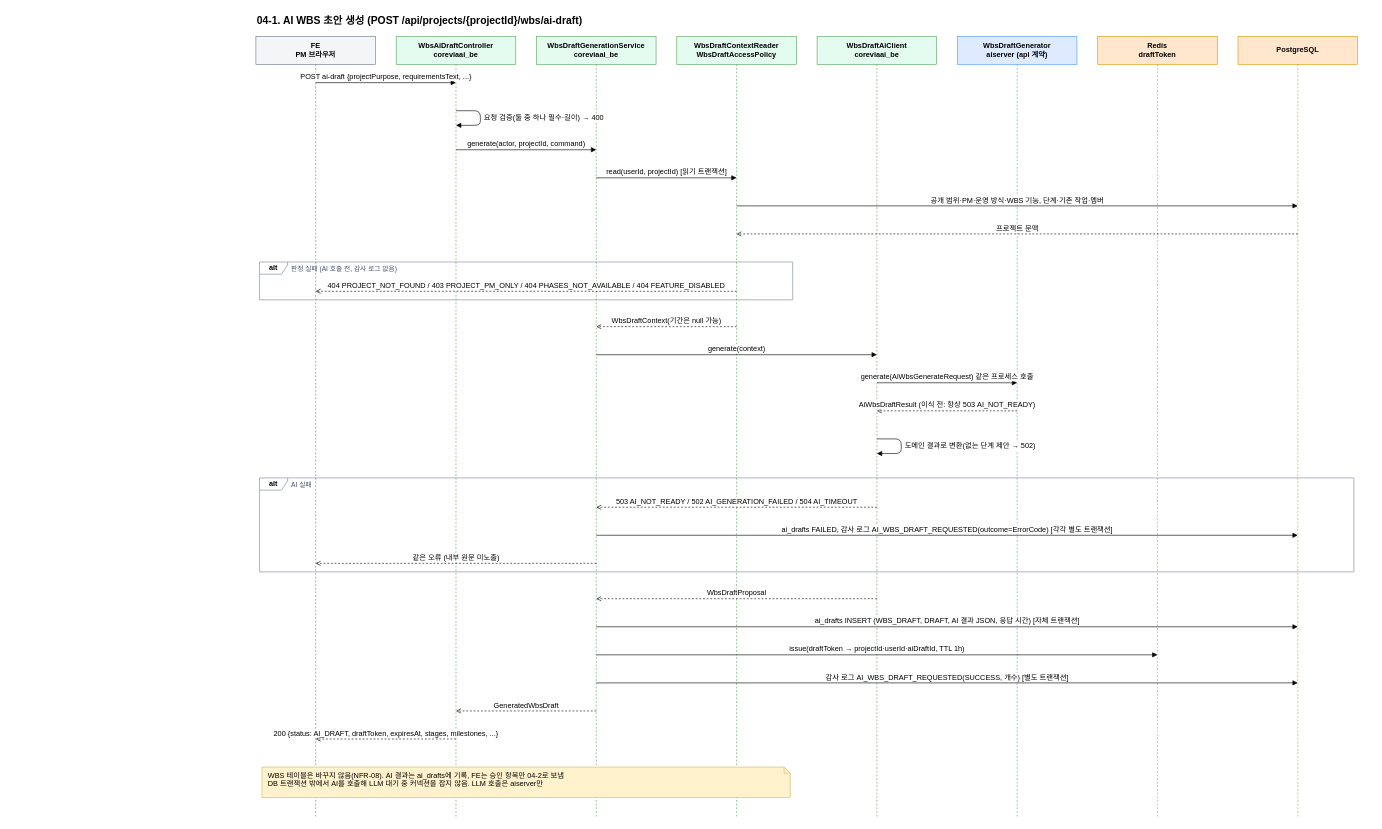
WonikQnCKDT/CoreviaAI_BE keeps this draw.io diagram as docs/sequence/04-1-wbs-ai-draft-generate.drawio. Above is the earlier version. Source tidied: cells renumbered, new cells numbered last; positions are measured from the earlier drawing's top-left corner, leaving out a move shared by most shapes. Both pictures are drawn from the tidied source at 61%, with x=0, y=0 at pixel (256, 10).
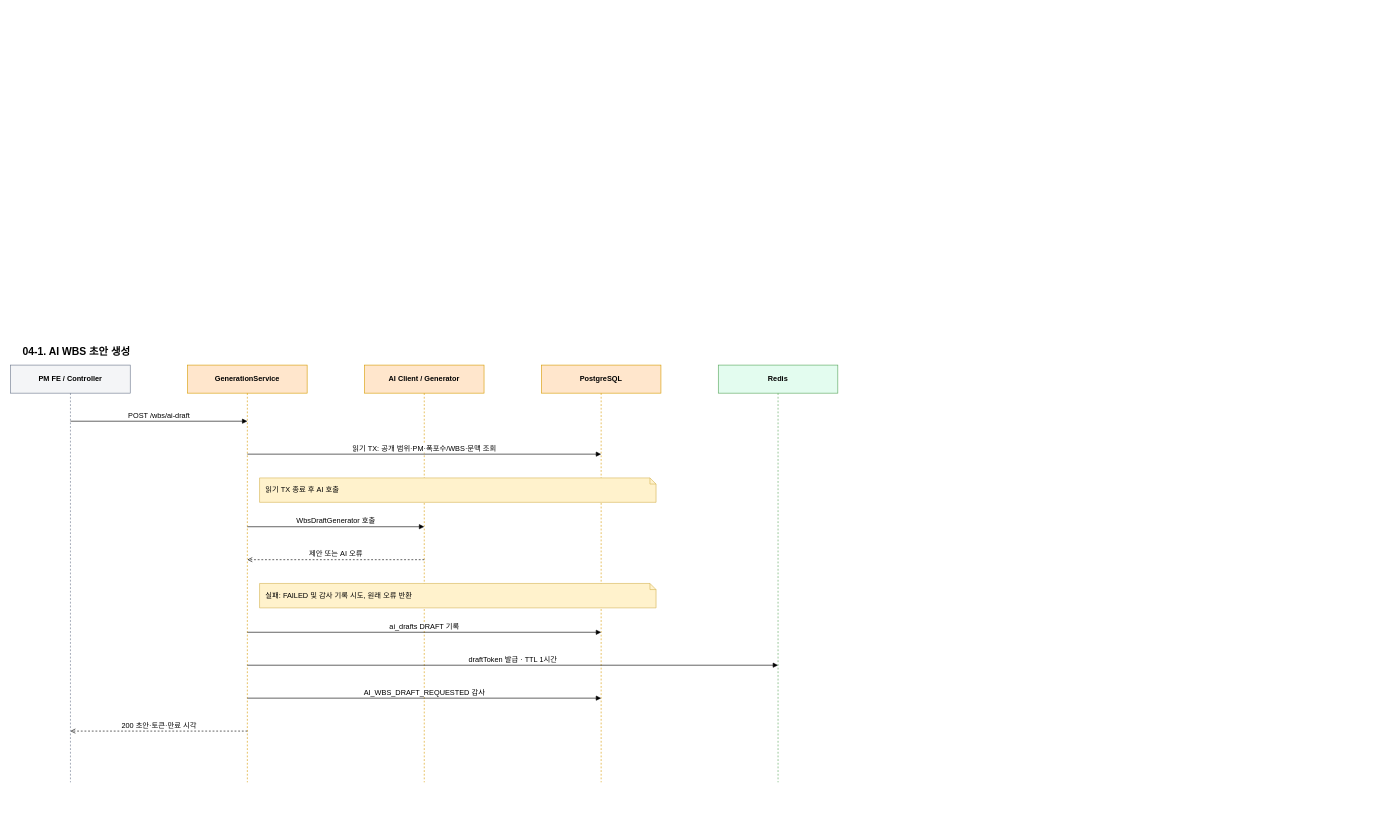
Above is the later version.

The edit, as a diff of the source:
```diff
@@
-    <mxCell id="2" value="04-1. AI WBS 초안 생성 (POST /api/projects/{projectId}/wbs/ai-draft)" style="text;html=1;fontSize=17;fontStyle=1;align=left;" parent="1" vertex="1">
-      <mxGeometry width="1828" height="30" as="geometry" />
-    </mxCell>
+    <mxCell id="21" value="PM FE / Controller" style="shape=umlLifeline;perimeter=lifelinePerimeter;whiteSpace=wrap;html=1;size=46;fillColor=#F4F5F7;strokeColor=#6B778C;fontStyle=1;" parent="1" vertex="1">
+      <mxGeometry x="-402" y="581" width="196" height="684" as="geometry" />
+    </mxCell>
+    <mxCell id="22" value="GenerationService" style="shape=umlLifeline;perimeter=lifelinePerimeter;whiteSpace=wrap;html=1;size=46;fillColor=#FFE6CC;strokeColor=#D79B00;fontStyle=1;" parent="1" vertex="1">
+      <mxGeometry x="-112" y="581" width="196" height="684" as="geometry" />
+    </mxCell>
+    <mxCell id="23" value="AI Client / Generator" style="shape=umlLifeline;perimeter=lifelinePerimeter;whiteSpace=wrap;html=1;size=46;fillColor=#FFE6CC;strokeColor=#D79B00;fontStyle=1;" parent="1" vertex="1">
+      <mxGeometry x="178" y="581" width="196" height="684" as="geometry" />
+    </mxCell>
+    <mxCell id="24" value="PostgreSQL" style="shape=umlLifeline;perimeter=lifelinePerimeter;whiteSpace=wrap;html=1;size=46;fillColor=#FFE6CC;strokeColor=#D79B00;fontStyle=1;" parent="1" vertex="1">
+      <mxGeometry x="468" y="581" width="196" height="684" as="geometry" />
+    </mxCell>
+    <mxCell id="25" value="Redis" style="shape=umlLifeline;perimeter=lifelinePerimeter;whiteSpace=wrap;html=1;size=46;fillColor=#E3FCEF;strokeColor=#57A55A;fontStyle=1;" parent="1" vertex="1">
+      <mxGeometry x="758" y="581" width="196" height="684" as="geometry" />
+    </mxCell>
-    <mxCell id="3" value="alt" style="shape=umlFrame;whiteSpace=wrap;html=1;width=46;height=20;fillColor=none;strokeColor=#7A869A;fontStyle=1;" parent="1" vertex="1">
-      <mxGeometry x="6" y="412" width="874" height="62" as="geometry" />
+    <mxCell id="3" value="POST /wbs/ai-draft" style="endArrow=block;endFill=1;html=1;verticalAlign=bottom;fontSize=12;" parent="1" edge="1">
+      <mxGeometry relative="1" as="geometry">
+        <mxPoint x="-304" y="673" as="sourcePoint" />
+        <mxPoint x="-14" y="673" as="targetPoint" />
+      </mxGeometry>
     </mxCell>
-    <mxCell id="4" value="판정 실패 (AI 호출 전, 감사 로그 없음)" style="text;html=1;align=left;verticalAlign=middle;fontColor=#42526E;fontSize=11;" parent="1" vertex="1">
-      <mxGeometry x="56" y="413" width="820" height="20" as="geometry" />
+    <mxCell id="4" value="읽기 TX: 공개 범위·PM·폭포수/WBS·문맥 조회" style="endArrow=block;endFill=1;html=1;verticalAlign=bottom;fontSize=12;" parent="1" edge="1">
+      <mxGeometry relative="1" as="geometry">
+        <mxPoint x="-14" y="727" as="sourcePoint" />
+        <mxPoint x="566" y="727" as="targetPoint" />
+      </mxGeometry>
     </mxCell>
-    <mxCell id="5" value="alt" style="shape=umlFrame;whiteSpace=wrap;html=1;width=46;height=20;fillColor=none;strokeColor=#7A869A;fontStyle=1;" parent="1" vertex="1">
-      <mxGeometry x="6" y="766" width="1794" height="154" as="geometry" />
+    <mxCell id="5" value="읽기 TX 종료 후 AI 호출" style="shape=note;size=10;whiteSpace=wrap;html=1;fillColor=#FFF2CC;strokeColor=#D6B656;align=left;spacingLeft=8;verticalAlign=middle;fontSize=12;" parent="1" vertex="1">
+      <mxGeometry x="6" y="766" width="650" height="40" as="geometry" />
     </mxCell>
-    <mxCell id="6" value="AI 실패" style="text;html=1;align=left;verticalAlign=middle;fontColor=#42526E;fontSize=11;" parent="1" vertex="1">
-      <mxGeometry x="56" y="767" width="1740" height="20" as="geometry" />
+    <mxCell id="6" value="WbsDraftGenerator 호출" style="endArrow=block;endFill=1;html=1;verticalAlign=bottom;fontSize=12;" parent="1" edge="1">
+      <mxGeometry relative="1" as="geometry">
+        <mxPoint x="-14" y="846" as="sourcePoint" />
+        <mxPoint x="276" y="846" as="targetPoint" />
+      </mxGeometry>
     </mxCell>
-    <mxCell id="7" value="FE&lt;br&gt;PM 브라우저" style="shape=umlLifeline;perimeter=lifelinePerimeter;whiteSpace=wrap;html=1;size=46;fillColor=#F4F5F7;strokeColor=#6B778C;fontStyle=1;" parent="1" vertex="1">
-      <mxGeometry y="42" width="196" height="1282" as="geometry" />
-    </mxCell>
-    <mxCell id="8" value="WbsAiDraftController&lt;br&gt;coreviaai_be" style="shape=umlLifeline;perimeter=lifelinePerimeter;whiteSpace=wrap;html=1;size=46;fillColor=#E3FCEF;strokeColor=#57A55A;fontStyle=1;" parent="1" vertex="1">
-      <mxGeometry x="230" y="42" width="196" height="1282" as="geometry" />
-    </mxCell>
-    <mxCell id="9" value="WbsDraftGenerationService&lt;br&gt;coreviaai_be" style="shape=umlLifeline;perimeter=lifelinePerimeter;whiteSpace=wrap;html=1;size=46;fillColor=#E3FCEF;strokeColor=#57A55A;fontStyle=1;" parent="1" vertex="1">
-      <mxGeometry x="460" y="42" width="196" height="1282" as="geometry" />
-    </mxCell>
-    <mxCell id="10" value="WbsDraftContextReader&lt;br&gt;WbsDraftAccessPolicy" style="shape=umlLifeline;perimeter=lifelinePerimeter;whiteSpace=wrap;html=1;size=46;fillColor=#E3FCEF;strokeColor=#57A55A;fontStyle=1;" parent="1" vertex="1">
-      <mxGeometry x="690" y="42" width="196" height="1282" as="geometry" />
-    </mxCell>
-    <mxCell id="11" value="WbsDraftAiClient&lt;br&gt;coreviaai_be" style="shape=umlLifeline;perimeter=lifelinePerimeter;whiteSpace=wrap;html=1;size=46;fillColor=#E3FCEF;strokeColor=#57A55A;fontStyle=1;" parent="1" vertex="1">
-      <mxGeometry x="920" y="42" width="196" height="1282" as="geometry" />
-    </mxCell>
-    <mxCell id="12" value="WbsDraftGenerator&lt;br&gt;aiserver (api 계약)" style="shape=umlLifeline;perimeter=lifelinePerimeter;whiteSpace=wrap;html=1;size=46;fillColor=#DEEBFF;strokeColor=#4C9AFF;fontStyle=1;" parent="1" vertex="1">
-      <mxGeometry x="1150" y="42" width="196" height="1282" as="geometry" />
-    </mxCell>
-    <mxCell id="13" value="Redis&lt;br&gt;draftToken" style="shape=umlLifeline;perimeter=lifelinePerimeter;whiteSpace=wrap;html=1;size=46;fillColor=#FFE6CC;strokeColor=#D79B00;fontStyle=1;" parent="1" vertex="1">
-      <mxGeometry x="1380" y="42" width="196" height="1282" as="geometry" />
-    </mxCell>
-    <mxCell id="14" value="PostgreSQL" style="shape=umlLifeline;perimeter=lifelinePerimeter;whiteSpace=wrap;html=1;size=46;fillColor=#FFE6CC;strokeColor=#D79B00;fontStyle=1;" parent="1" vertex="1">
-      <mxGeometry x="1610" y="42" width="196" height="1282" as="geometry" />
-    </mxCell>
-    <mxCell id="15" value="POST ai-draft {projectPurpose, requirementsText, ...}" style="endArrow=block;endFill=1;html=1;verticalAlign=bottom;fontSize=12;" parent="1" edge="1">
+    <mxCell id="15" value="제안 또는 AI 오류" style="dashed=1;endArrow=open;endFill=0;html=1;verticalAlign=bottom;fontSize=12;" parent="1" edge="1">
       <mxGeometry relative="1" as="geometry">
-        <mxPoint x="98" y="118" as="sourcePoint" />
-        <mxPoint x="328" y="118" as="targetPoint" />
+        <mxPoint x="276" y="900" as="sourcePoint" />
+        <mxPoint x="-14" y="900" as="targetPoint" />
       </mxGeometry>
     </mxCell>
-    <mxCell id="16" value="요청 검증(둘 중 하나 필수·길이) → 400" style="endArrow=block;endFill=1;html=1;align=left;spacingLeft=4;fontSize=12;edgeStyle=none;" parent="1" edge="1">
-      <mxGeometry relative="1" as="geometry">
-        <mxPoint x="328" y="164" as="sourcePoint" />
-        <mxPoint x="328" y="188" as="targetPoint" />
-        <Array as="points">
-          <mxPoint x="368" y="164" />
-          <mxPoint x="368" y="188" />
-        </Array>
-      </mxGeometry>
+    <mxCell id="16" value="실패: FAILED 및 감사 기록 시도, 원래 오류 반환" style="shape=note;size=10;whiteSpace=wrap;html=1;fillColor=#FFF2CC;strokeColor=#D6B656;align=left;spacingLeft=8;verticalAlign=middle;fontSize=12;" parent="1" vertex="1">
+      <mxGeometry x="6" y="939" width="650" height="40" as="geometry" />
     </mxCell>
-    <mxCell id="17" value="generate(actor, projectId, command)" style="endArrow=block;endFill=1;html=1;verticalAlign=bottom;fontSize=12;" parent="1" edge="1">
+    <mxCell id="17" value="ai_drafts DRAFT 기록" style="endArrow=block;endFill=1;html=1;verticalAlign=bottom;fontSize=12;" parent="1" edge="1">
       <mxGeometry relative="1" as="geometry">
-        <mxPoint x="328" y="228" as="sourcePoint" />
-        <mxPoint x="558" y="228" as="targetPoint" />
+        <mxPoint x="-14" y="1019" as="sourcePoint" />
+        <mxPoint x="566" y="1019" as="targetPoint" />
       </mxGeometry>
     </mxCell>
-    <mxCell id="18" value="read(userId, projectId) [읽기 트랜잭션]" style="endArrow=block;endFill=1;html=1;verticalAlign=bottom;fontSize=12;" parent="1" edge="1">
+    <mxCell id="18" value="draftToken 발급 · TTL 1시간" style="endArrow=block;endFill=1;html=1;verticalAlign=bottom;fontSize=12;" parent="1" edge="1">
       <mxGeometry relative="1" as="geometry">
-        <mxPoint x="558" y="274" as="sourcePoint" />
-        <mxPoint x="788" y="274" as="targetPoint" />
+        <mxPoint x="-14" y="1073" as="sourcePoint" />
+        <mxPoint x="856" y="1073" as="targetPoint" />
       </mxGeometry>
     </mxCell>
-    <mxCell id="19" value="공개 범위·PM·운영 방식·WBS 기능, 단계·기존 작업·멤버" style="endArrow=block;endFill=1;html=1;verticalAlign=bottom;fontSize=12;" parent="1" edge="1">
+    <mxCell id="19" value="AI_WBS_DRAFT_REQUESTED 감사" style="endArrow=block;endFill=1;html=1;verticalAlign=bottom;fontSize=12;" parent="1" edge="1">
       <mxGeometry relative="1" as="geometry">
-        <mxPoint x="788" y="320" as="sourcePoint" />
-        <mxPoint x="1708" y="320" as="targetPoint" />
+        <mxPoint x="-14" y="1127" as="sourcePoint" />
+        <mxPoint x="566" y="1127" as="targetPoint" />
       </mxGeometry>
     </mxCell>
-    <mxCell id="20" value="프로젝트 문맥" style="dashed=1;endArrow=open;endFill=0;html=1;verticalAlign=bottom;fontSize=12;" parent="1" edge="1">
+    <mxCell id="20" value="200 초안·토큰·만료 시각" style="dashed=1;endArrow=open;endFill=0;html=1;verticalAlign=bottom;fontSize=12;" parent="1" edge="1">
       <mxGeometry relative="1" as="geometry">
-        <mxPoint x="1708" y="366" as="sourcePoint" />
-        <mxPoint x="788" y="366" as="targetPoint" />
+        <mxPoint x="-14" y="1181" as="sourcePoint" />
+        <mxPoint x="-304" y="1181" as="targetPoint" />
       </mxGeometry>
     </mxCell>
-    <mxCell id="21" value="404 PROJECT_NOT_FOUND / 403 PROJECT_PM_ONLY / 404 PHASES_NOT_AVAILABLE / 404 FEATURE_DISABLED" style="dashed=1;endArrow=open;endFill=0;html=1;verticalAlign=bottom;fontSize=12;" parent="1" edge="1">
-      <mxGeometry relative="1" as="geometry">
-        <mxPoint x="788" y="460" as="sourcePoint" />
-        <mxPoint x="98" y="460" as="targetPoint" />
-      </mxGeometry>
-    </mxCell>
-    <mxCell id="22" value="WbsDraftContext(기간은 null 가능)" style="dashed=1;endArrow=open;endFill=0;html=1;verticalAlign=bottom;fontSize=12;" parent="1" edge="1">
-      <mxGeometry relative="1" as="geometry">
-        <mxPoint x="788" y="518" as="sourcePoint" />
-        <mxPoint x="558" y="518" as="targetPoint" />
-      </mxGeometry>
-    </mxCell>
-    <mxCell id="23" value="generate(context)" style="endArrow=block;endFill=1;html=1;verticalAlign=bottom;fontSize=12;" parent="1" edge="1">
-      <mxGeometry relative="1" as="geometry">
-        <mxPoint x="558" y="564" as="sourcePoint" />
-        <mxPoint x="1018" y="564" as="targetPoint" />
-      </mxGeometry>
-    </mxCell>
-    <mxCell id="24" value="generate(AiWbsGenerateRequest) 같은 프로세스 호출" style="endArrow=block;endFill=1;html=1;verticalAlign=bottom;fontSize=12;" parent="1" edge="1">
-      <mxGeometry relative="1" as="geometry">
-        <mxPoint x="1018" y="610" as="sourcePoint" />
-        <mxPoint x="1248" y="610" as="targetPoint" />
-      </mxGeometry>
-    </mxCell>
-    <mxCell id="25" value="AiWbsDraftResult (이식 전: 항상 503 AI_NOT_READY)" style="dashed=1;endArrow=open;endFill=0;html=1;verticalAlign=bottom;fontSize=12;" parent="1" edge="1">
-      <mxGeometry relative="1" as="geometry">
-        <mxPoint x="1248" y="656" as="sourcePoint" />
-        <mxPoint x="1018" y="656" as="targetPoint" />
-      </mxGeometry>
-    </mxCell>
-    <mxCell id="26" value="도메인 결과로 변환(없는 단계 제안 → 502)" style="endArrow=block;endFill=1;html=1;align=left;spacingLeft=4;fontSize=12;edgeStyle=none;" parent="1" edge="1">
-      <mxGeometry relative="1" as="geometry">
-        <mxPoint x="1018" y="702" as="sourcePoint" />
-        <mxPoint x="1018" y="726" as="targetPoint" />
-        <Array as="points">
-          <mxPoint x="1058" y="702" />
-          <mxPoint x="1058" y="726" />
-        </Array>
-      </mxGeometry>
+    <mxCell id="26" value="04-1. AI WBS 초안 생성" style="text;html=1;fontSize=17;fontStyle=1;align=left;" parent="1" vertex="1">
+      <mxGeometry x="-384" y="543" width="1100" height="26" as="geometry" />
     </mxCell>
-    <mxCell id="27" value="503 AI_NOT_READY / 502 AI_GENERATION_FAILED / 504 AI_TIMEOUT" style="dashed=1;endArrow=open;endFill=0;html=1;verticalAlign=bottom;fontSize=12;" parent="1" edge="1">
-      <mxGeometry relative="1" as="geometry">
-        <mxPoint x="1018" y="814" as="sourcePoint" />
-        <mxPoint x="558" y="814" as="targetPoint" />
-      </mxGeometry>
-    </mxCell>
-    <mxCell id="28" value="ai_drafts FAILED, 감사 로그 AI_WBS_DRAFT_REQUESTED(outcome=ErrorCode) [각각 별도 트랜잭션]" style="endArrow=block;endFill=1;html=1;verticalAlign=bottom;fontSize=12;" parent="1" edge="1">
-      <mxGeometry relative="1" as="geometry">
-        <mxPoint x="558" y="860" as="sourcePoint" />
-        <mxPoint x="1708" y="860" as="targetPoint" />
-      </mxGeometry>
-    </mxCell>
-    <mxCell id="29" value="같은 오류 (내부 원문 미노출)" style="dashed=1;endArrow=open;endFill=0;html=1;verticalAlign=bottom;fontSize=12;" parent="1" edge="1">
-      <mxGeometry relative="1" as="geometry">
-        <mxPoint x="558" y="906" as="sourcePoint" />
-        <mxPoint x="98" y="906" as="targetPoint" />
-      </mxGeometry>
-    </mxCell>
-    <mxCell id="30" value="WbsDraftProposal" style="dashed=1;endArrow=open;endFill=0;html=1;verticalAlign=bottom;fontSize=12;" parent="1" edge="1">
-      <mxGeometry relative="1" as="geometry">
-        <mxPoint x="1018" y="964" as="sourcePoint" />
-        <mxPoint x="558" y="964" as="targetPoint" />
-      </mxGeometry>
-    </mxCell>
-    <mxCell id="31" value="ai_drafts INSERT (WBS_DRAFT, DRAFT, AI 결과 JSON, 응답 시간) [자체 트랜잭션]" style="endArrow=block;endFill=1;html=1;verticalAlign=bottom;fontSize=12;" parent="1" edge="1">
-      <mxGeometry relative="1" as="geometry">
-        <mxPoint x="558" y="1010" as="sourcePoint" />
-        <mxPoint x="1708" y="1010" as="targetPoint" />
-      </mxGeometry>
-    </mxCell>
-    <mxCell id="32" value="issue(draftToken → projectId·userId·aiDraftId, TTL 1h)" style="endArrow=block;endFill=1;html=1;verticalAlign=bottom;fontSize=12;" parent="1" edge="1">
-      <mxGeometry relative="1" as="geometry">
-        <mxPoint x="558" y="1056" as="sourcePoint" />
-        <mxPoint x="1478" y="1056" as="targetPoint" />
-      </mxGeometry>
-    </mxCell>
-    <mxCell id="33" value="감사 로그 AI_WBS_DRAFT_REQUESTED(SUCCESS, 개수) [별도 트랜잭션]" style="endArrow=block;endFill=1;html=1;verticalAlign=bottom;fontSize=12;" parent="1" edge="1">
-      <mxGeometry relative="1" as="geometry">
-        <mxPoint x="558" y="1102" as="sourcePoint" />
-        <mxPoint x="1708" y="1102" as="targetPoint" />
-      </mxGeometry>
-    </mxCell>
-    <mxCell id="34" value="GeneratedWbsDraft" style="dashed=1;endArrow=open;endFill=0;html=1;verticalAlign=bottom;fontSize=12;" parent="1" edge="1">
-      <mxGeometry relative="1" as="geometry">
-        <mxPoint x="558" y="1148" as="sourcePoint" />
-        <mxPoint x="328" y="1148" as="targetPoint" />
-      </mxGeometry>
-    </mxCell>
-    <mxCell id="35" value="200 {status: AI_DRAFT, draftToken, expiresAt, stages, milestones, ...}" style="dashed=1;endArrow=open;endFill=0;html=1;verticalAlign=bottom;fontSize=12;" parent="1" edge="1">
-      <mxGeometry relative="1" as="geometry">
-        <mxPoint x="328" y="1194" as="sourcePoint" />
-        <mxPoint x="98" y="1194" as="targetPoint" />
-      </mxGeometry>
-    </mxCell>
-    <mxCell id="36" value="WBS 테이블은 바꾸지 않음(NFR-08). AI 결과는 ai_drafts에 기록, FE는 승인 항목만 04-2로 보냄&lt;br&gt;DB 트랜잭션 밖에서 AI를 호출해 LLM 대기 중 커넥션을 잡지 않음. LLM 호출은 aiserver만" style="shape=note;size=10;whiteSpace=wrap;html=1;fillColor=#FFF2CC;strokeColor=#D6B656;align=left;spacingLeft=8;verticalAlign=top;fontSize=12;" parent="1" vertex="1">
-      <mxGeometry x="10" y="1240" width="866" height="50" as="geometry" />
-    </mxCell>
```
